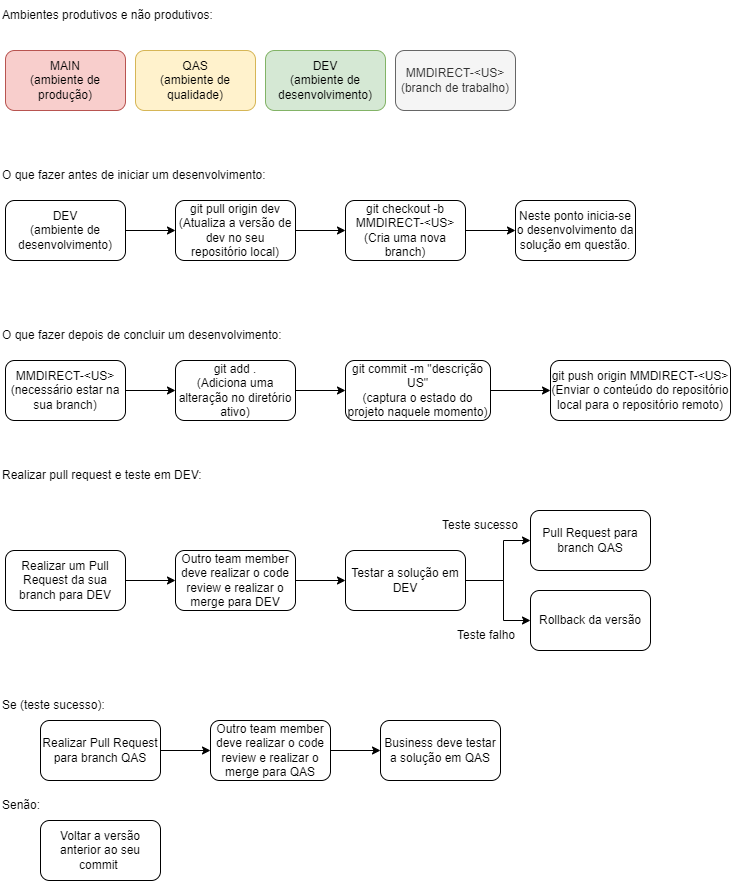
This is Github flow 2.drawio.png from JuRibeiro/github-flow, a draw.io export, as it was before one commit. Source tidied: cells renumbered, new cells last; positions are measured from the earlier drawing's top-left corner, leaving out a move shared by most shapes.
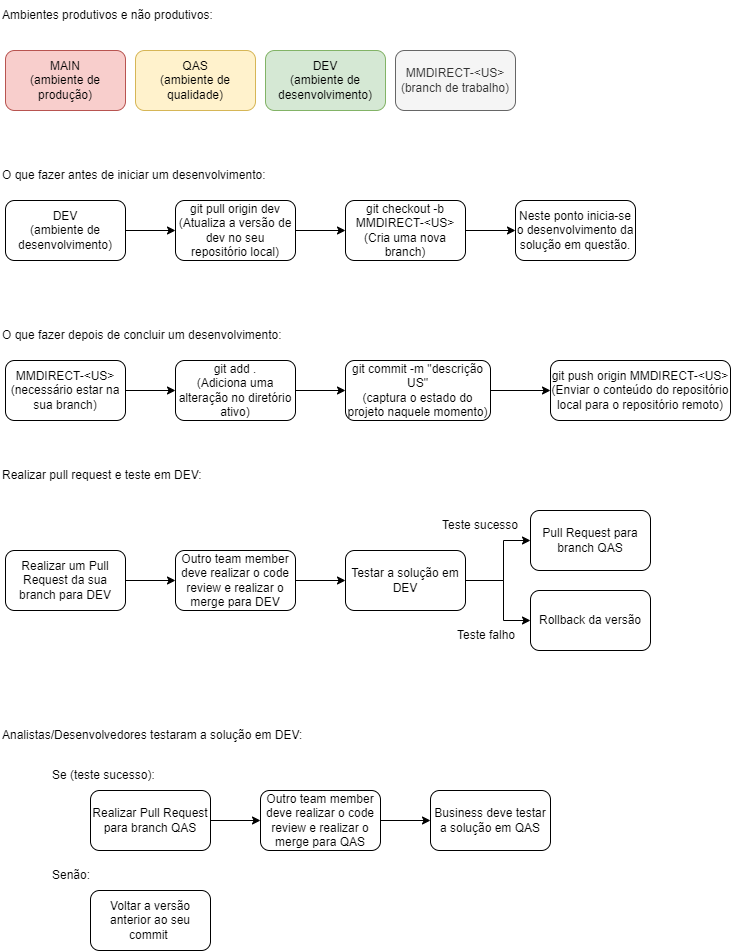
The same file after the commit.

Diff of the diagram source:
```diff
@@ -110,33 +110,36 @@
       <mxGeometry y="460" width="290" height="30" as="geometry" />
     </mxCell>
     <mxCell id="34" value="Se (teste sucesso):" style="text;html=1;strokeColor=none;fillColor=none;align=left;verticalAlign=middle;whiteSpace=wrap;rounded=0;" parent="1" vertex="1">
-      <mxGeometry y="690" width="290" height="30" as="geometry" />
+      <mxGeometry x="50" y="760" width="290" height="30" as="geometry" />
     </mxCell>
     <mxCell id="35" value="Senão:" style="text;html=1;strokeColor=none;fillColor=none;align=left;verticalAlign=middle;whiteSpace=wrap;rounded=0;" parent="1" vertex="1">
-      <mxGeometry y="790" width="290" height="30" as="geometry" />
+      <mxGeometry x="50" y="860" width="290" height="30" as="geometry" />
     </mxCell>
     <mxCell id="36" style="edgeStyle=orthogonalEdgeStyle;rounded=0;jettySize=auto;html=1;" parent="1" edge="1" source="37">
       <mxGeometry relative="1" as="geometry">
-        <mxPoint x="210" y="750" as="targetPoint" />
+        <mxPoint x="260" y="820" as="targetPoint" />
       </mxGeometry>
     </mxCell>
     <mxCell id="37" value="Realizar Pull Request para branch QAS" style="whiteSpace=wrap;html=1;rounded=1;" parent="1" vertex="1">
-      <mxGeometry x="40" y="720" width="120" height="60" as="geometry" />
+      <mxGeometry x="90" y="790" width="120" height="60" as="geometry" />
     </mxCell>
     <mxCell id="38" style="edgeStyle=orthogonalEdgeStyle;rounded=0;jettySize=auto;html=1;" parent="1" edge="1" source="39" target="40">
       <mxGeometry relative="1" as="geometry" />
     </mxCell>
     <mxCell id="39" value="Outro team member deve realizar o code review e realizar o merge para QAS" style="whiteSpace=wrap;html=1;rounded=1;" parent="1" vertex="1">
-      <mxGeometry x="210" y="720" width="120" height="60" as="geometry" />
+      <mxGeometry x="260" y="790" width="120" height="60" as="geometry" />
     </mxCell>
     <mxCell id="40" value="Business deve testar a solução em QAS" style="whiteSpace=wrap;html=1;rounded=1;" parent="1" vertex="1">
-      <mxGeometry x="380" y="720" width="120" height="60" as="geometry" />
+      <mxGeometry x="430" y="790" width="120" height="60" as="geometry" />
     </mxCell>
     <mxCell id="41" value="Voltar a versão anterior ao seu commit&amp;nbsp;" style="whiteSpace=wrap;html=1;rounded=1;" parent="1" vertex="1">
-      <mxGeometry x="40" y="820" width="120" height="60" as="geometry" />
+      <mxGeometry x="90" y="890" width="120" height="60" as="geometry" />
     </mxCell>
     <mxCell id="42" value="MMDIRECT-&amp;lt;US&amp;gt;&lt;br&gt;(branch de trabalho)" style="rounded=1;whiteSpace=wrap;html=1;fillColor=#f5f5f5;fontColor=#333333;strokeColor=#666666;" parent="1" vertex="1">
       <mxGeometry x="395" y="50" width="120" height="60" as="geometry" />
     </mxCell>
+    <mxCell id="43" value="Analistas/Desenvolvedores testaram a solução em DEV:" style="text;html=1;strokeColor=none;fillColor=none;align=left;verticalAlign=middle;whiteSpace=wrap;rounded=0;" parent="1" vertex="1">
+      <mxGeometry y="720" width="320" height="30" as="geometry" />
+    </mxCell>
   </root>
 </mxGraphModel>
```
